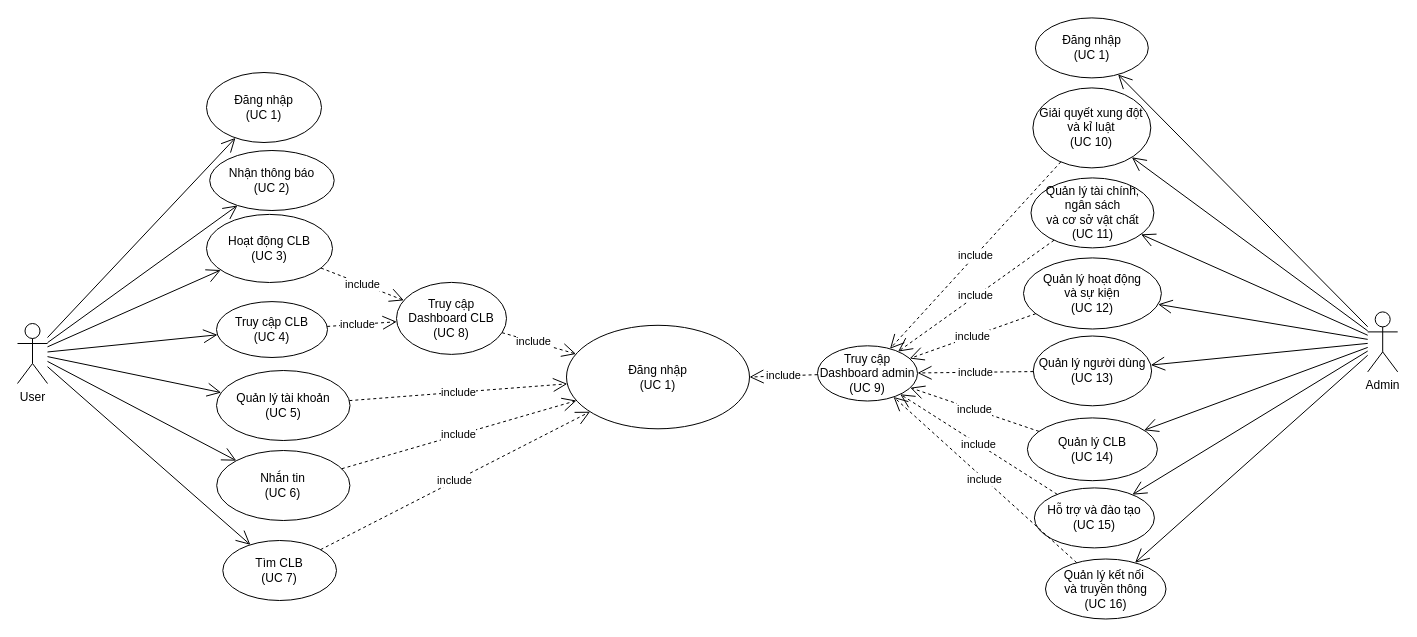
This is page "Use case 1" (1 of 3) of Diagram.drawio from DnhTrn/finall_project, a draw.io file, before an edit. Source tidied: cells renumbered, new cells numbered last; positions are measured from the earlier drawing's top-left corner, leaving out a move shared by most shapes. Both pictures are drawn from the tidied source at 100%, with x=0, y=0 at pixel (17, 17).
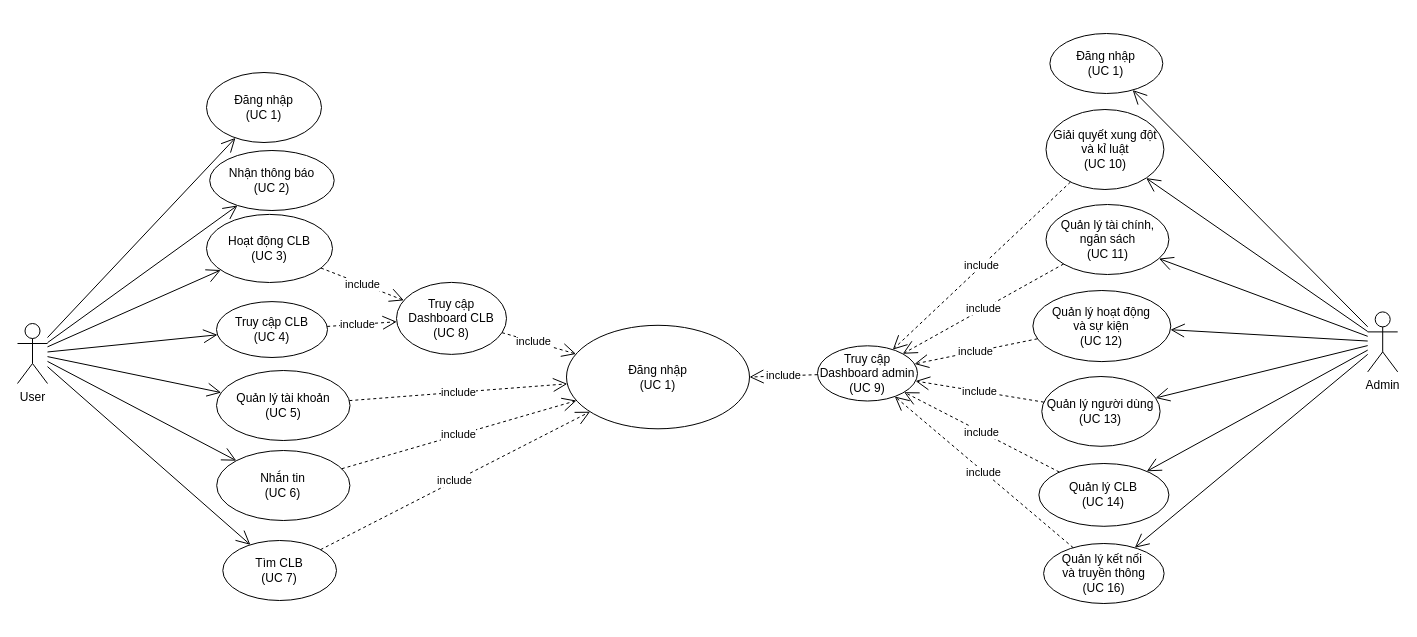
The same page after the edit.

Unchanged cells that the change refers to:
```xml
<mxCell id="3" value="Admin" style="shape=umlActor;verticalLabelPosition=bottom;verticalAlign=top;html=1;outlineConnect=0;" parent="1" vertex="1">
  <mxGeometry x="1350.2" y="294.4" width="30" height="60" as="geometry" />
</mxCell>
<mxCell id="23" value="Truy cập Dashboard admin&lt;div&gt;(UC 9)&lt;/div&gt;" style="ellipse;whiteSpace=wrap;html=1;" parent="1" vertex="1">
  <mxGeometry x="800" y="328.3" width="100" height="55.2" as="geometry" />
</mxCell>
```

What changed in the source:
```diff
@@
     <mxCell id="6" value="Quản lý CLB&lt;div&gt;(UC 14)&lt;/div&gt;" style="ellipse;whiteSpace=wrap;html=1;" parent="1" vertex="1">
-      <mxGeometry x="1009.9" y="400.4" width="130" height="62.8" as="geometry" />
+      <mxGeometry x="1021.4" y="446" width="130" height="62.8" as="geometry" />
     </mxCell>
@@
     <mxCell id="29" value="Quản lý hoạt động&lt;div&gt;&lt;span style=&quot;background-color: initial;&quot;&gt;và sự kiện&lt;/span&gt;&lt;/div&gt;&lt;div&gt;&lt;span style=&quot;background-color: initial;&quot;&gt;(UC 12)&lt;/span&gt;&lt;/div&gt;" style="ellipse;whiteSpace=wrap;html=1;" parent="1" vertex="1">
-      <mxGeometry x="1006" y="240.4" width="137.9" height="71.1" as="geometry" />
+      <mxGeometry x="1015.4" y="273" width="137.9" height="71.1" as="geometry" />
     </mxCell>
@@
-    <mxCell id="31" value="Quản lý tài chính,&lt;div&gt;&lt;span style=&quot;background-color: initial;&quot;&gt;ngân sách&lt;/span&gt;&lt;div&gt;&lt;span style=&quot;background-color: initial;&quot;&gt;và cơ sở vật chất&lt;/span&gt;&lt;/div&gt;&lt;/div&gt;&lt;div&gt;&lt;span style=&quot;background-color: initial;&quot;&gt;(UC 11)&lt;/span&gt;&lt;/div&gt;" style="ellipse;whiteSpace=wrap;html=1;" parent="1" vertex="1">
-      <mxGeometry x="1013.5" y="160.4" width="122.9" height="70" as="geometry" />
+    <mxCell id="31" value="Quản lý tài chính,&lt;div&gt;&lt;span style=&quot;background-color: initial;&quot;&gt;ngân sách&lt;/span&gt;&lt;/div&gt;&lt;div&gt;&lt;span style=&quot;background-color: initial;&quot;&gt;(UC 11)&lt;/span&gt;&lt;/div&gt;" style="ellipse;whiteSpace=wrap;html=1;" parent="1" vertex="1">
+      <mxGeometry x="1028.5" y="187" width="122.9" height="70" as="geometry" />
     </mxCell>
-    <mxCell id="32" value="Hỗ trợ và đào tạo&lt;div&gt;(UC 15)&lt;/div&gt;" style="ellipse;whiteSpace=wrap;html=1;" parent="1" vertex="1">
-      <mxGeometry x="1016.9" y="470.4" width="120" height="60" as="geometry" />
-    </mxCell>
     <mxCell id="33" value="Quản lý kết nối&amp;nbsp;&lt;div&gt;và truyền thông&lt;/div&gt;&lt;div&gt;(UC 16)&lt;/div&gt;" style="ellipse;whiteSpace=wrap;html=1;" parent="1" vertex="1">
-      <mxGeometry x="1028" y="541.5" width="120.5" height="60" as="geometry" />
+      <mxGeometry x="1026.1" y="526" width="120.5" height="60" as="geometry" />
     </mxCell>
     <mxCell id="34" value="Quản lý người dùng&lt;div&gt;(UC 13)&lt;/div&gt;" style="ellipse;whiteSpace=wrap;html=1;" parent="1" vertex="1">
-      <mxGeometry x="1015.8" y="318.5" width="118.3" height="69.8" as="geometry" />
+      <mxGeometry x="1024.3" y="359" width="118.3" height="69.8" as="geometry" />
     </mxCell>
     <mxCell id="35" value="Giải quyết xung đột và kỉ luật&lt;div&gt;(UC 10)&lt;/div&gt;" style="ellipse;whiteSpace=wrap;html=1;" parent="1" vertex="1">
-      <mxGeometry x="1015.4" y="70.4" width="117.9" height="80" as="geometry" />
+      <mxGeometry x="1028.5" y="92" width="117.9" height="80" as="geometry" />
     </mxCell>
-    <mxCell id="36" value="include" style="endArrow=open;endSize=12;dashed=1;html=1;rounded=0;" parent="1" edge="1" source="32" target="23">
-      <mxGeometry relative="1" as="geometry" />
-    </mxCell>
@@
-    <mxCell id="43" style="endArrow=open;endFill=1;endSize=12;html=1;rounded=0;" parent="1" edge="1" source="3" target="32">
-      <mxGeometry relative="1" as="geometry" />
-    </mxCell>
@@
     <mxCell id="49" value="Đăng nhập&lt;div&gt;(UC 1)&lt;/div&gt;" style="ellipse;whiteSpace=wrap;html=1;" parent="1" vertex="1">
-      <mxGeometry x="1017.9" y="0.4" width="112.9" height="60" as="geometry" />
+      <mxGeometry x="1032.4" y="16" width="112.9" height="60" as="geometry" />
     </mxCell>
```
